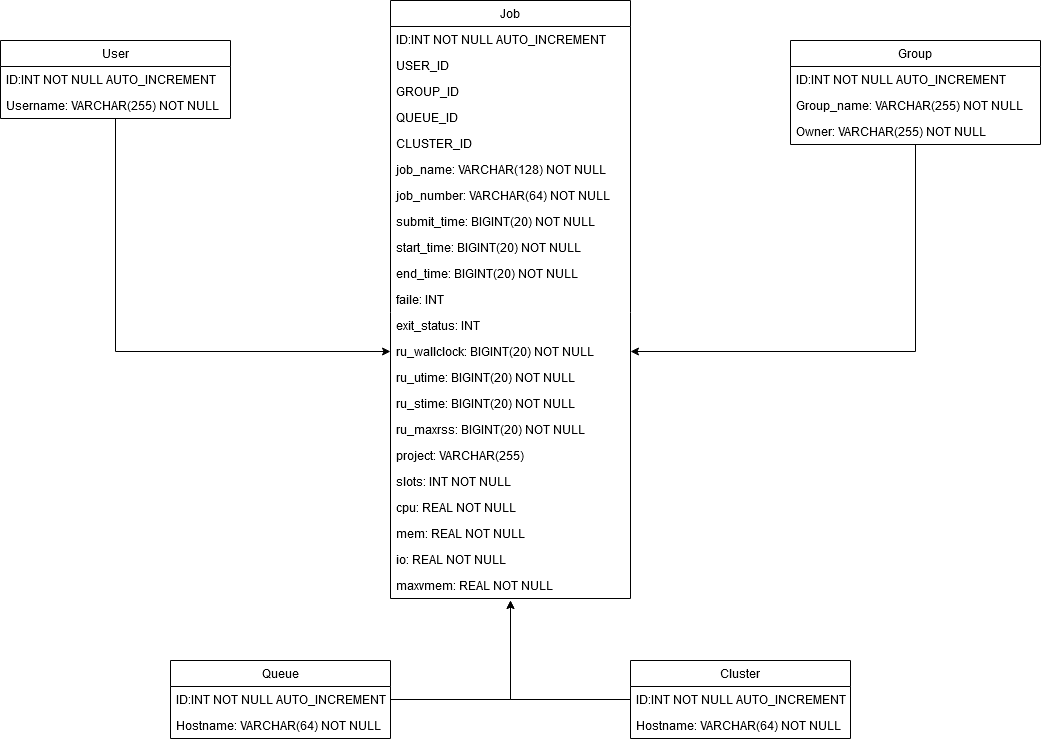
ltaulell/ChartAccounting keeps this draw.io diagram as bdd.png. Above is the earlier version. Source tidied: cells renumbered, new cells last; positions are measured from the earlier drawing's top-left corner, leaving out a move shared by most shapes.
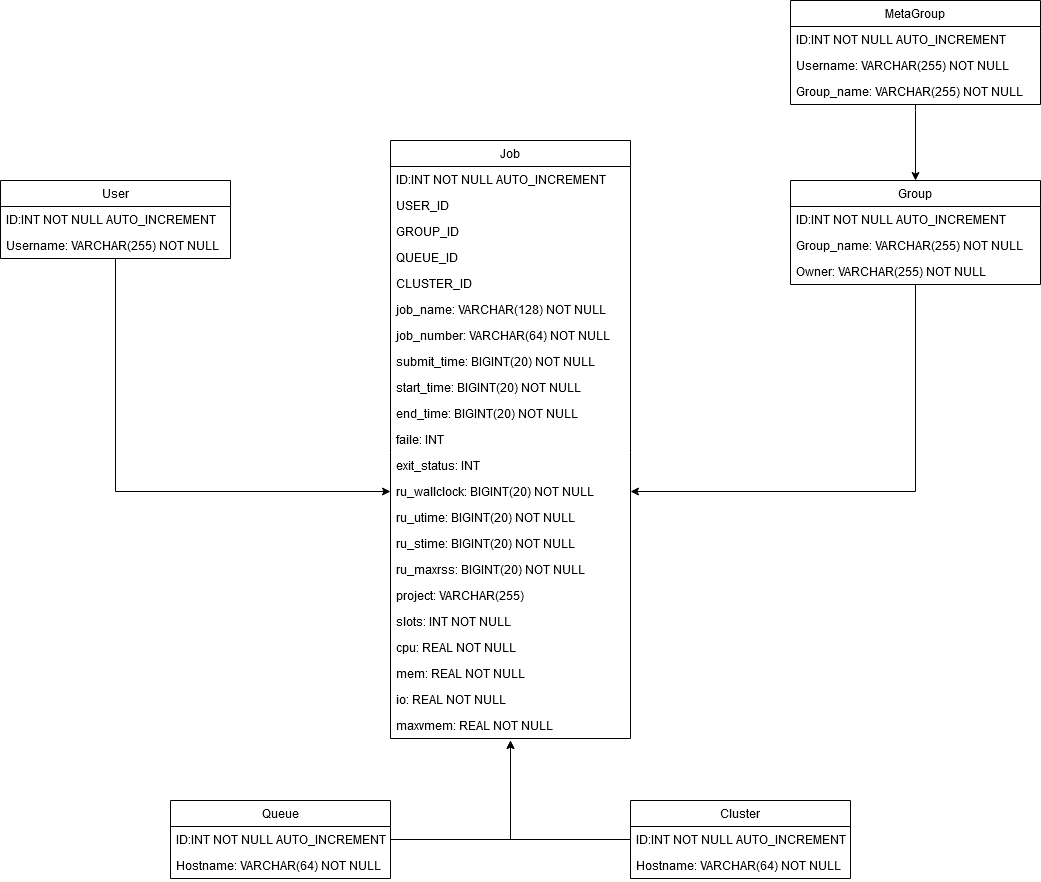
The same diagram one commit later.

The edit, as a diff of the source:
```diff
@@ -131,5 +131,25 @@
         </Array>
       </mxGeometry>
     </mxCell>
+    <mxCell id="42" value="MetaGroup" style="swimlane;fontStyle=0;horizontal=1;startSize=26;fillColor=none;" parent="1" vertex="1">
+      <mxGeometry x="790" y="-140" width="250" height="104" as="geometry" />
+    </mxCell>
+    <mxCell id="43" value="ID:INT NOT NULL AUTO_INCREMENT" style="text;strokeColor=none;fillColor=none;align=left;verticalAlign=top;spacingLeft=4;spacingRight=4;overflow=hidden;" parent="42" vertex="1">
+      <mxGeometry y="26" width="250" height="26" as="geometry" />
+    </mxCell>
+    <mxCell id="44" value="Username: VARCHAR(255) NOT NULL " style="text;strokeColor=none;fillColor=none;align=left;verticalAlign=top;spacingLeft=4;spacingRight=4;overflow=hidden;" parent="42" vertex="1">
+      <mxGeometry y="52" width="250" height="26" as="geometry" />
+    </mxCell>
+    <mxCell id="45" value="Group_name: VARCHAR(255) NOT NULL " style="text;strokeColor=none;fillColor=none;align=left;verticalAlign=top;spacingLeft=4;spacingRight=4;overflow=hidden;points=[[0,0.5],[1,0.5]];portConstraint=eastwest;" parent="42" vertex="1">
+      <mxGeometry y="78" width="250" height="26" as="geometry" />
+    </mxCell>
+    <mxCell id="46" style="edgeStyle=orthogonalEdgeStyle;rounded=0;jettySize=auto;html=1;entryX=0.5;entryY=0;entryDx=0;entryDy=0;" parent="1" edge="1" source="45" target="30">
+      <mxGeometry relative="1" as="geometry">
+        <Array as="points">
+          <mxPoint x="915" y="-30" />
+          <mxPoint x="915" y="-30" />
+        </Array>
+      </mxGeometry>
+    </mxCell>
   </root>
 </mxGraphModel>
```
